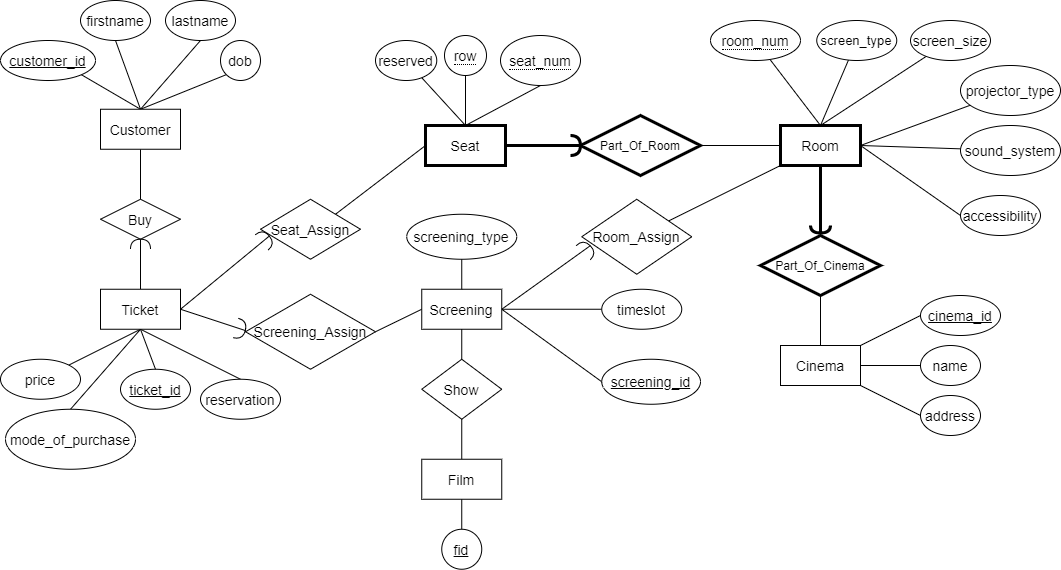
Above: Assignment 1/Assignment 1.png in nguyen-gia-hien-tu/CS3DB3 (draw.io), before the change. Source tidied: cells renumbered, new cells last; positions are measured from the earlier drawing's top-left corner, leaving out a move shared by most shapes.
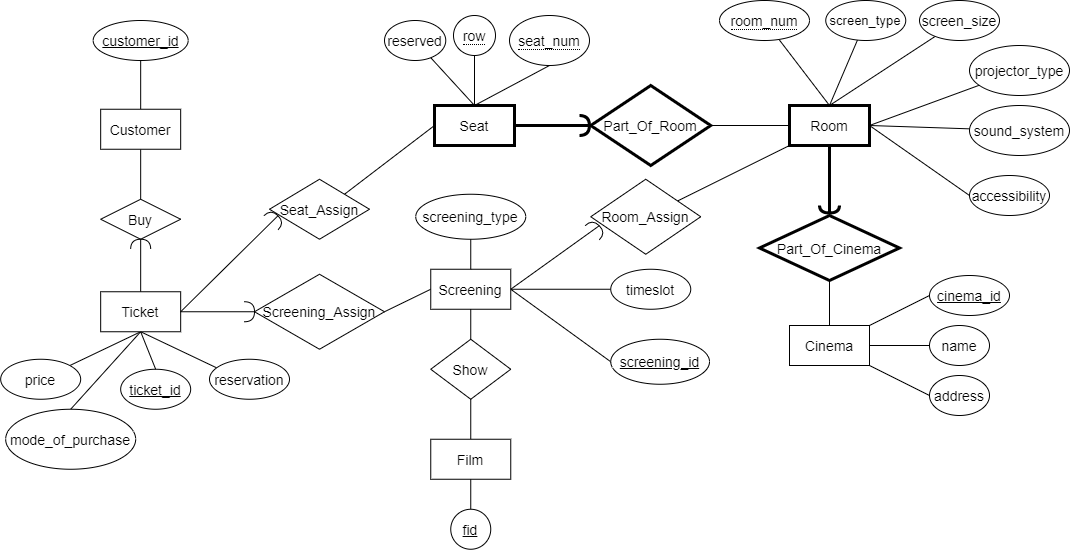
Later version of the same file.

Diff of the diagram source:
```diff
@@ -20,8 +20,8 @@
     <mxCell id="7" style="endArrow=none;html=1;rounded=0;exitX=0.5;exitY=0;exitDx=0;exitDy=0;" parent="1" edge="1" source="2" target="8">
       <mxGeometry relative="1" as="geometry" />
     </mxCell>
-    <mxCell id="8" value="Part_Of_Cinema" style="shape=rhombus;perimeter=rhombusPerimeter;whiteSpace=wrap;html=1;align=center;strokeWidth=3;" parent="1" vertex="1">
-      <mxGeometry x="760" y="235" width="120" height="60" as="geometry" />
+    <mxCell id="8" value="Part_Of_Cinema" style="shape=rhombus;perimeter=rhombusPerimeter;whiteSpace=wrap;html=1;align=center;strokeWidth=3;fontSize=14;" parent="1" vertex="1">
+      <mxGeometry x="750" y="235" width="140" height="65" as="geometry" />
     </mxCell>
     <mxCell id="9" value="Room" style="whiteSpace=wrap;html=1;align=center;strokeWidth=3;fontSize=14;" parent="1" vertex="1">
       <mxGeometry x="780" y="125" width="80" height="40" as="geometry" />
@@ -74,8 +74,8 @@
     <mxCell id="25" style="edgeStyle=none;rounded=0;jettySize=auto;html=1;entryX=0;entryY=0.5;entryDx=0;entryDy=0;fontSize=14;endArrow=none;strokeWidth=1;" parent="1" edge="1" source="26" target="9">
       <mxGeometry relative="1" as="geometry" />
     </mxCell>
-    <mxCell id="26" value="Part_Of_Room" style="shape=rhombus;perimeter=rhombusPerimeter;whiteSpace=wrap;html=1;align=center;strokeWidth=3;" parent="1" vertex="1">
-      <mxGeometry x="580" y="115" width="120" height="60" as="geometry" />
+    <mxCell id="26" value="Part_Of_Room" style="shape=rhombus;perimeter=rhombusPerimeter;whiteSpace=wrap;html=1;align=center;strokeWidth=3;fontSize=14;" parent="1" vertex="1">
+      <mxGeometry x="581.2" y="105" width="120" height="80" as="geometry" />
     </mxCell>
     <mxCell id="27" style="edgeStyle=none;rounded=0;jettySize=auto;html=1;entryX=1;entryY=0;entryDx=0;entryDy=0;fontSize=14;endArrow=none;strokeWidth=1;exitX=0;exitY=0.5;exitDx=0;exitDy=0;" parent="1" edge="1" source="29" target="50">
       <mxGeometry relative="1" as="geometry" />
@@ -155,20 +155,22 @@
     <mxCell id="52" style="edgeStyle=none;rounded=0;jettySize=auto;html=1;fontSize=14;endArrow=none;strokeWidth=1;exitX=0.5;exitY=1;exitDx=0;exitDy=0;" parent="1" edge="1" source="55" target="57">
       <mxGeometry relative="1" as="geometry" />
     </mxCell>
-    <mxCell id="53" style="edgeStyle=none;rounded=0;jettySize=auto;html=1;entryX=0.5;entryY=0;entryDx=0;entryDy=0;fontSize=14;endArrow=none;strokeWidth=1;exitX=0.5;exitY=1;exitDx=0;exitDy=0;" parent="1" edge="1" source="55" target="58">
-      <mxGeometry relative="1" as="geometry" />
+    <mxCell id="53" style="edgeStyle=none;rounded=0;jettySize=auto;html=1;entryX=0.5;entryY=0;entryDx=0;entryDy=0;fontSize=14;endArrow=none;strokeWidth=1;exitX=0.5;exitY=1;exitDx=0;exitDy=0;" parent="1" edge="1" source="55">
+      <mxGeometry relative="1" as="geometry">
+        <mxPoint x="231.2" y="398.8" as="targetPoint" />
+      </mxGeometry>
     </mxCell>
     <mxCell id="54" style="edgeStyle=none;curved=1;rounded=0;jettySize=auto;html=1;entryX=1;entryY=0.5;entryDx=0;entryDy=0;entryPerimeter=0;endArrow=none;endFill=0;startSize=14;endSize=14;sourcePerimeterSpacing=8;targetPerimeterSpacing=8;exitX=0.5;exitY=0;exitDx=0;exitDy=0;" parent="1" edge="1" source="55" target="79">
       <mxGeometry relative="1" as="geometry" />
     </mxCell>
     <mxCell id="55" value="Ticket" style="whiteSpace=wrap;html=1;align=center;fontSize=14;strokeWidth=1;" parent="1" vertex="1">
-      <mxGeometry x="100" y="288.8" width="80" height="40" as="geometry" />
+      <mxGeometry x="91.2" y="311.2" width="80" height="40" as="geometry" />
     </mxCell>
     <mxCell id="56" value="mode_of_purchase" style="ellipse;whiteSpace=wrap;html=1;align=center;fontSize=14;strokeWidth=1;" parent="1" vertex="1">
-      <mxGeometry x="5" y="408.8" width="130" height="60" as="geometry" />
+      <mxGeometry x="-3.8" y="428.8" width="130" height="60" as="geometry" />
     </mxCell>
     <mxCell id="57" value="price" style="ellipse;whiteSpace=wrap;html=1;align=center;fontSize=14;strokeWidth=1;" parent="1" vertex="1">
-      <mxGeometry y="358.8" width="80" height="40" as="geometry" />
+      <mxGeometry x="-8.8" y="378.8" width="80" height="40" as="geometry" />
     </mxCell>
     <mxCell id="58" value="reservation" style="ellipse;whiteSpace=wrap;html=1;align=center;fontSize=14;strokeWidth=1;" parent="1" vertex="1">
       <mxGeometry x="200" y="378.8" width="80" height="40" as="geometry" />
@@ -177,24 +179,15 @@
       <mxGeometry relative="1" as="geometry" />
     </mxCell>
     <mxCell id="60" value="Buy" style="shape=rhombus;perimeter=rhombusPerimeter;whiteSpace=wrap;html=1;align=center;fontSize=14;strokeWidth=1;" parent="1" vertex="1">
-      <mxGeometry x="100" y="198.8" width="80" height="40" as="geometry" />
+      <mxGeometry x="91.2" y="218.8" width="80" height="40" as="geometry" />
     </mxCell>
-    <mxCell id="61" style="edgeStyle=none;curved=1;rounded=0;jettySize=auto;html=1;entryX=1;entryY=1;entryDx=0;entryDy=0;endArrow=none;endFill=0;startSize=14;endSize=14;sourcePerimeterSpacing=8;targetPerimeterSpacing=8;exitX=0.5;exitY=0;exitDx=0;exitDy=0;" parent="1" edge="1" source="65" target="80">
+    <mxCell id="61" style="edgeStyle=none;curved=1;rounded=0;jettySize=auto;html=1;entryX=0.5;entryY=1;entryDx=0;entryDy=0;endArrow=none;endFill=0;startSize=14;endSize=14;sourcePerimeterSpacing=8;targetPerimeterSpacing=8;exitX=0.5;exitY=0;exitDx=0;exitDy=0;" parent="1" edge="1" source="65" target="80">
       <mxGeometry relative="1" as="geometry" />
     </mxCell>
-    <mxCell id="62" style="edgeStyle=none;curved=1;rounded=0;jettySize=auto;html=1;entryX=0.5;entryY=1;entryDx=0;entryDy=0;endArrow=none;endFill=0;startSize=14;endSize=14;sourcePerimeterSpacing=8;targetPerimeterSpacing=8;exitX=0.5;exitY=0;exitDx=0;exitDy=0;" parent="1" edge="1" source="65" target="81">
-      <mxGeometry relative="1" as="geometry" />
-    </mxCell>
-    <mxCell id="63" style="edgeStyle=none;curved=1;rounded=0;jettySize=auto;html=1;entryX=0.5;entryY=1;entryDx=0;entryDy=0;endArrow=none;endFill=0;startSize=14;endSize=14;sourcePerimeterSpacing=8;targetPerimeterSpacing=8;exitX=0.5;exitY=0;exitDx=0;exitDy=0;" parent="1" edge="1" source="65" target="82">
-      <mxGeometry relative="1" as="geometry" />
-    </mxCell>
-    <mxCell id="64" style="edgeStyle=none;curved=1;rounded=0;jettySize=auto;html=1;entryX=0;entryY=1;entryDx=0;entryDy=0;endArrow=none;endFill=0;startSize=14;endSize=14;sourcePerimeterSpacing=8;targetPerimeterSpacing=8;exitX=0.5;exitY=0;exitDx=0;exitDy=0;" parent="1" edge="1" source="65" target="83">
-      <mxGeometry relative="1" as="geometry" />
-    </mxCell>
     <mxCell id="65" value="Customer" style="whiteSpace=wrap;html=1;align=center;fontSize=14;strokeWidth=1;" parent="1" vertex="1">
-      <mxGeometry x="100" y="108.8" width="80" height="40" as="geometry" />
+      <mxGeometry x="91.2" y="128.8" width="80" height="40" as="geometry" />
     </mxCell>
-    <mxCell id="66" style="shape=requiredInterface;html=1;verticalLabelPosition=bottom;fontSize=14;strokeWidth=1;rotation=-40;" parent="1" vertex="1">
+    <mxCell id="66" style="shape=requiredInterface;html=1;verticalLabelPosition=bottom;fontSize=14;strokeWidth=1;rotation=-45;" parent="1" vertex="1">
       <mxGeometry x="260" y="228.8" width="10" height="20" as="geometry" />
     </mxCell>
     <mxCell id="67" style="endArrow=none;html=1;rounded=0;fontSize=14;strokeWidth=1;exitX=1;exitY=0.5;exitDx=0;exitDy=0;entryX=1;entryY=0.5;entryDx=0;entryDy=0;entryPerimeter=0;" parent="1" edge="1" source="55" target="66">
@@ -218,11 +211,8 @@
     <mxCell id="73" value="Screening_Assign" style="shape=rhombus;perimeter=rhombusPerimeter;whiteSpace=wrap;html=1;align=center;fontSize=14;strokeWidth=1;" parent="1" vertex="1">
       <mxGeometry x="245" y="293.8" width="130" height="75" as="geometry" />
     </mxCell>
-    <mxCell id="74" style="endArrow=none;html=1;rounded=0;fontSize=14;strokeWidth=1;exitX=1;exitY=0.5;exitDx=0;exitDy=0;entryX=0;entryY=0.5;entryDx=0;entryDy=0;startArrow=none;" parent="1" edge="1" source="75" target="73">
-      <mxGeometry relative="1" as="geometry" />
-    </mxCell>
-    <mxCell id="75" style="shape=requiredInterface;html=1;verticalLabelPosition=bottom;fontSize=14;strokeWidth=1;rotation=15;" parent="1" vertex="1">
-      <mxGeometry x="235" y="318.8" width="10" height="20" as="geometry" />
+    <mxCell id="75" style="shape=requiredInterface;html=1;verticalLabelPosition=bottom;fontSize=14;strokeWidth=1;rotation=0;" parent="1" vertex="1">
+      <mxGeometry x="235" y="321.2" width="10" height="20" as="geometry" />
     </mxCell>
     <mxCell id="76" style="endArrow=none;html=1;rounded=0;fontSize=14;strokeWidth=1;exitX=1;exitY=0.5;exitDx=0;exitDy=0;entryX=1;entryY=0.5;entryDx=0;entryDy=0;entryPerimeter=0;" parent="1" edge="1" source="55" target="75">
       <mxGeometry relative="1" as="geometry" />
@@ -234,25 +224,16 @@
       <mxGeometry x="444" y="35" width="42" height="40" as="geometry" />
     </mxCell>
     <mxCell id="79" style="shape=requiredInterface;html=1;verticalLabelPosition=bottom;fontSize=14;strokeWidth=1;rotation=-90;" parent="1" vertex="1">
-      <mxGeometry x="135" y="233.8" width="10" height="20" as="geometry" />
+      <mxGeometry x="126.2" y="253.8" width="10" height="20" as="geometry" />
     </mxCell>
     <mxCell id="80" value="&lt;font style=&quot;font-size: 14px&quot;&gt;customer_id&lt;/font&gt;" style="ellipse;whiteSpace=wrap;html=1;align=center;fontStyle=4;hachureGap=4;" parent="1" vertex="1">
-      <mxGeometry y="40" width="95" height="40" as="geometry" />
+      <mxGeometry x="83.7" y="40" width="95" height="40" as="geometry" />
     </mxCell>
-    <mxCell id="81" value="&lt;font style=&quot;font-size: 14px&quot;&gt;firstname&lt;/font&gt;" style="ellipse;whiteSpace=wrap;html=1;align=center;hachureGap=4;" parent="1" vertex="1">
-      <mxGeometry x="80" width="70" height="40" as="geometry" />
-    </mxCell>
-    <mxCell id="82" value="&lt;font style=&quot;font-size: 14px&quot;&gt;lastname&lt;/font&gt;" style="ellipse;whiteSpace=wrap;html=1;align=center;hachureGap=4;" parent="1" vertex="1">
-      <mxGeometry x="165" width="70" height="40" as="geometry" />
-    </mxCell>
-    <mxCell id="83" value="&lt;font style=&quot;font-size: 14px&quot;&gt;dob&lt;/font&gt;" style="ellipse;whiteSpace=wrap;html=1;align=center;hachureGap=4;" parent="1" vertex="1">
-      <mxGeometry x="220" y="40" width="40" height="40" as="geometry" />
-    </mxCell>
     <mxCell id="84" value="screening_id" style="ellipse;whiteSpace=wrap;html=1;align=center;fontStyle=4;hachureGap=4;strokeWidth=1;fontSize=14;" parent="1" vertex="1">
       <mxGeometry x="601.2" y="358.8" width="98.8" height="45" as="geometry" />
     </mxCell>
     <mxCell id="85" value="&lt;font style=&quot;font-size: 14px;&quot;&gt;ticket_id&lt;/font&gt;" style="ellipse;whiteSpace=wrap;html=1;align=center;fontStyle=4;hachureGap=4;fontSize=14;" parent="1" vertex="1">
-      <mxGeometry x="120" y="368.8" width="70" height="40" as="geometry" />
+      <mxGeometry x="111.2" y="388.8" width="70" height="40" as="geometry" />
     </mxCell>
     <mxCell id="86" style="edgeStyle=none;curved=1;rounded=0;jettySize=auto;html=1;entryX=0.5;entryY=0;entryDx=0;entryDy=0;endArrow=none;endFill=0;startSize=14;endSize=14;sourcePerimeterSpacing=8;targetPerimeterSpacing=8;exitX=0.5;exitY=1;exitDx=0;exitDy=0;" parent="1" edge="1" source="55" target="85">
       <mxGeometry relative="1" as="geometry" />
```
